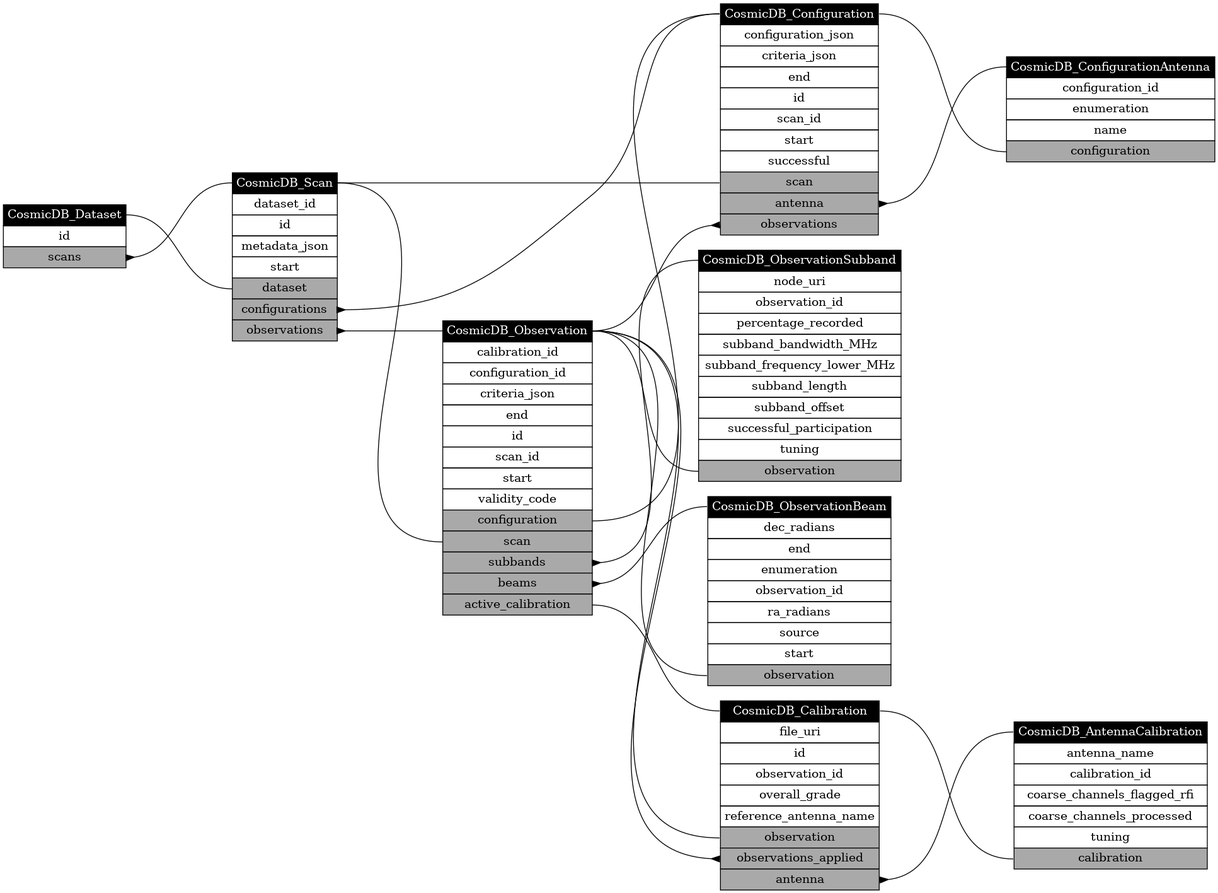
COSMIC-SETI/COSMIC-VLA-Database keeps this Graphviz diagram as docs/classes_Operation.png. Above is the earlier version. Its source is kept beside it as docs/classes_Operation.dot.
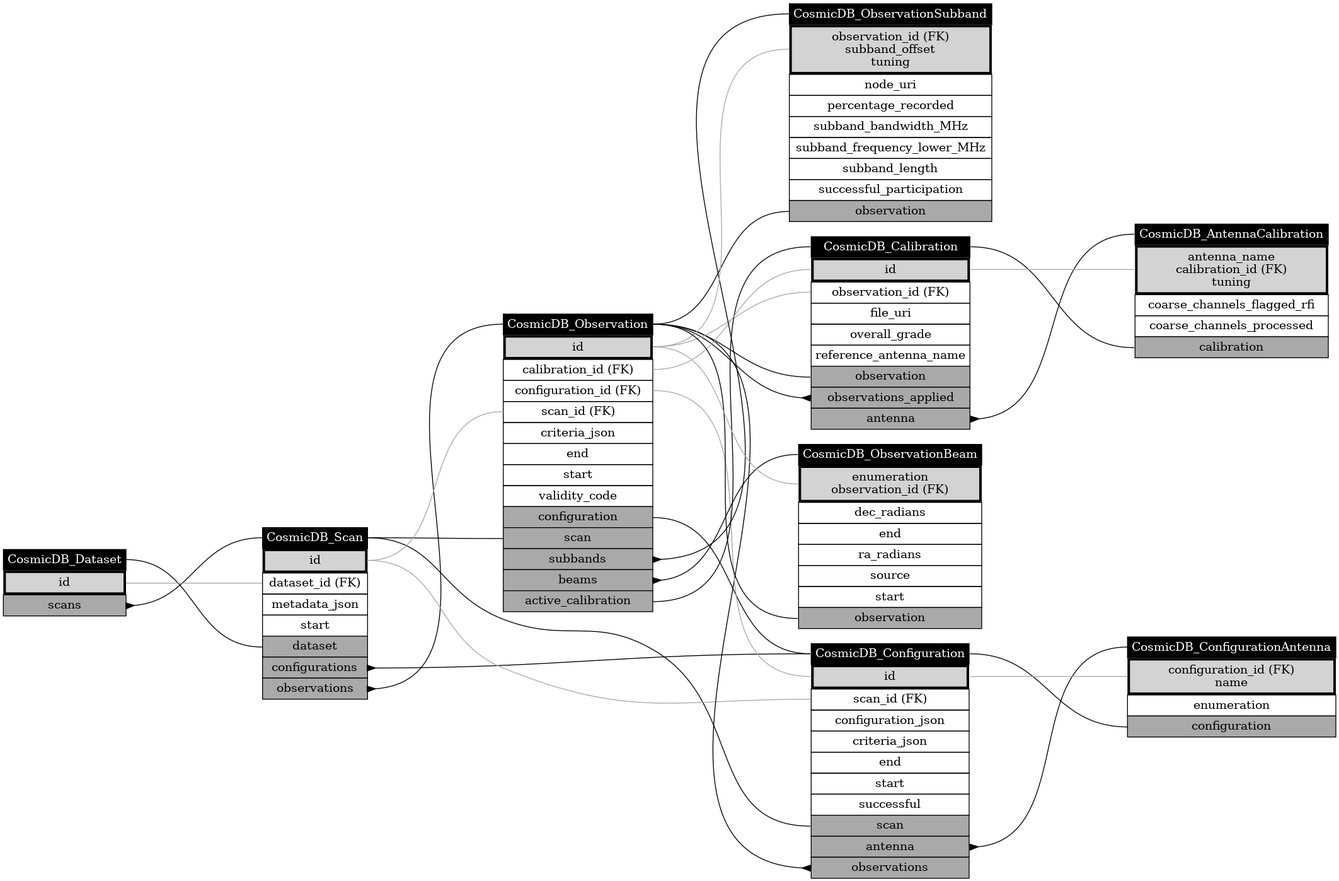
The same diagram one commit later.

What changed in the source:
```diff
@@ -1,72 +1,69 @@
 digraph CosmicDB_Operation {
 layout=dot;
 rankdir=LR;
-ranksep="1.75";
+ranksep="2.25";
 CosmicDB_Dataset [label=<<table border="0" cellborder="1" cellspacing="0" cellpadding="4">
 	<tr><td bgcolor="black" port="class"><font color="white">CosmicDB_Dataset</font></td></tr>
-	<tr><td>id</td></tr>
+	<tr><td port="pk" bgcolor="lightgrey" border="3">id</td></tr>
 	<tr><td bgcolor="darkgrey" port="scans">scans</td></tr>
 </table>>, shape=plain];
 CosmicDB_Scan [label=<<table border="0" cellborder="1" cellspacing="0" cellpadding="4">
 	<tr><td bgcolor="black" port="class"><font color="white">CosmicDB_Scan</font></td></tr>
-	<tr><td>dataset_id</td></tr>
-	<tr><td>id</td></tr>
-	<tr><td>metadata_json</td></tr>
-	<tr><td>start</td></tr>
+	<tr><td port="pk" bgcolor="lightgrey" border="3">id</td></tr>
+	<tr><td port="dataset_id">dataset_id (FK)</td></tr>
+	<tr><td port="metadata_json">metadata_json</td></tr>
+	<tr><td port="start">start</td></tr>
 	<tr><td bgcolor="darkgrey" port="dataset">dataset</td></tr>
 	<tr><td bgcolor="darkgrey" port="configurations">configurations</td></tr>
 	<tr><td bgcolor="darkgrey" port="observations">observations</td></tr>
 </table>>, shape=plain];
 CosmicDB_Configuration [label=<<table border="0" cellborder="1" cellspacing="0" cellpadding="4">
 	<tr><td bgcolor="black" port="class"><font color="white">CosmicDB_Configuration</font></td></tr>
-	<tr><td>configuration_json</td></tr>
-	<tr><td>criteria_json</td></tr>
-	<tr><td>end</td></tr>
-	<tr><td>id</td></tr>
-	<tr><td>scan_id</td></tr>
-	<tr><td>start</td></tr>
-	<tr><td>successful</td></tr>
+	<tr><td port="pk" bgcolor="lightgrey" border="3">id</td></tr>
+	<tr><td port="scan_id">scan_id (FK)</td></tr>
+	<tr><td port="configuration_json">configuration_json</td></tr>
+	<tr><td port="criteria_json">criteria_json</td></tr>
+	<tr><td port="end">end</td></tr>
+	<tr><td port="start">start</td></tr>
+	<tr><td port="successful">successful</td></tr>
 	<tr><td bgcolor="darkgrey" port="scan">scan</td></tr>
 	<tr><td bgcolor="darkgrey" port="antenna">antenna</td></tr>
 	<tr><td bgcolor="darkgrey" port="observations">observations</td></tr>
 </table>>, shape=plain];
 CosmicDB_ConfigurationAntenna [label=<<table border="0" cellborder="1" cellspacing="0" cellpadding="4">
 	<tr><td bgcolor="black" port="class"><font color="white">CosmicDB_ConfigurationAntenna</font></td></tr>
-	<tr><td>configuration_id</td></tr>
-	<tr><td>enumeration</td></tr>
-	<tr><td>name</td></tr>
+	<tr><td port="pk" bgcolor="lightgrey" border="3">configuration_id (FK)<br/>name</td></tr>
+	<tr><td port="enumeration">enumeration</td></tr>
 	<tr><td bgcolor="darkgrey" port="configuration">configuration</td></tr>
 </table>>, shape=plain];
 CosmicDB_Calibration [label=<<table border="0" cellborder="1" cellspacing="0" cellpadding="4">
 	<tr><td bgcolor="black" port="class"><font color="white">CosmicDB_Calibration</font></td></tr>
-	<tr><td>file_uri</td></tr>
-	<tr><td>id</td></tr>
-	<tr><td>observation_id</td></tr>
-	<tr><td>overall_grade</td></tr>
-	<tr><td>reference_antenna_name</td></tr>
+	<tr><td port="pk" bgcolor="lightgrey" border="3">id</td></tr>
+	<tr><td port="observation_id">observation_id (FK)</td></tr>
+	<tr><td port="file_uri">file_uri</td></tr>
+	<tr><td port="overall_grade">overall_grade</td></tr>
+	<tr><td port="reference_antenna_name">reference_antenna_name</td></tr>
 	<tr><td bgcolor="darkgrey" port="observation">observation</td></tr>
 	<tr><td bgcolor="darkgrey" port="observations_applied">observations_applied</td></tr>
 	<tr><td bgcolor="darkgrey" port="antenna">antenna</td></tr>
 </table>>, shape=plain];
 CosmicDB_AntennaCalibration [label=<<table border="0" cellborder="1" cellspacing="0" cellpadding="4">
 	<tr><td bgcolor="black" port="class"><font color="white">CosmicDB_AntennaCalibration</font></td></tr>
-	<tr><td>antenna_name</td></tr>
-	<tr><td>calibration_id</td></tr>
-	<tr><td>coarse_channels_flagged_rfi</td></tr>
-	<tr><td>coarse_channels_processed</td></tr>
-	<tr><td>tuning</td></tr>
+	<tr><td port="pk" bgcolor="lightgrey" border="3">antenna_name<br/>calibration_id (FK)<br/>tuning</td></tr>
+	<tr><td port="coarse_channels_flagged_rfi">coarse_channels_flagged_rfi</td></tr>
+	<tr><td port="coarse_channels_processed">coarse_channels_processed</td></tr>
 	<tr><td bgcolor="darkgrey" port="calibration">calibration</td></tr>
 </table>>, shape=plain];
 CosmicDB_Observation [label=<<table border="0" cellborder="1" cellspacing="0" cellpadding="4">
 	<tr><td bgcolor="black" port="class"><font color="white">CosmicDB_Observation</font></td></tr>
-	<tr><td>calibration_id</td></tr>
-	<tr><td>configuration_id</td></tr>
-	<tr><td>criteria_json</td></tr>
-	<tr><td>end</td></tr>
-	<tr><td>id</td></tr>
-	<tr><td>scan_id</td></tr>
-	<tr><td>start</td></tr>
-	<tr><td>validity_code</td></tr>
+	<tr><td port="pk" bgcolor="lightgrey" border="3">id</td></tr>
+	<tr><td port="calibration_id">calibration_id (FK)</td></tr>
+	<tr><td port="configuration_id">configuration_id (FK)</td></tr>
+	<tr><td port="scan_id">scan_id (FK)</td></tr>
+	<tr><td port="criteria_json">criteria_json</td></tr>
+	<tr><td port="end">end</td></tr>
+	<tr><td port="start">start</td></tr>
+	<tr><td port="validity_code">validity_code</td></tr>
 	<tr><td bgcolor="darkgrey" port="configuration">configuration</td></tr>
 	<tr><td bgcolor="darkgrey" port="scan">scan</td></tr>
 	<tr><td bgcolor="darkgrey" port="subbands">subbands</td></tr>
@@ -75,45 +72,52 @@
 </table>>, shape=plain];
 CosmicDB_ObservationSubband [label=<<table border="0" cellborder="1" cellspacing="0" cellpadding="4">
 	<tr><td bgcolor="black" port="class"><font color="white">CosmicDB_ObservationSubband</font></td></tr>
-	<tr><td>node_uri</td></tr>
-	<tr><td>observation_id</td></tr>
-	<tr><td>percentage_recorded</td></tr>
-	<tr><td>subband_bandwidth_MHz</td></tr>
-	<tr><td>subband_frequency_lower_MHz</td></tr>
-	<tr><td>subband_length</td></tr>
-	<tr><td>subband_offset</td></tr>
-	<tr><td>successful_participation</td></tr>
-	<tr><td>tuning</td></tr>
+	<tr><td port="pk" bgcolor="lightgrey" border="3">observation_id (FK)<br/>subband_offset<br/>tuning</td></tr>
+	<tr><td port="node_uri">node_uri</td></tr>
+	<tr><td port="percentage_recorded">percentage_recorded</td></tr>
+	<tr><td port="subband_bandwidth_MHz">subband_bandwidth_MHz</td></tr>
+	<tr><td port="subband_frequency_lower_MHz">subband_frequency_lower_MHz</td></tr>
+	<tr><td port="subband_length">subband_length</td></tr>
+	<tr><td port="successful_participation">successful_participation</td></tr>
 	<tr><td bgcolor="darkgrey" port="observation">observation</td></tr>
 </table>>, shape=plain];
 CosmicDB_ObservationBeam [label=<<table border="0" cellborder="1" cellspacing="0" cellpadding="4">
 	<tr><td bgcolor="black" port="class"><font color="white">CosmicDB_ObservationBeam</font></td></tr>
-	<tr><td>dec_radians</td></tr>
-	<tr><td>end</td></tr>
-	<tr><td>enumeration</td></tr>
-	<tr><td>observation_id</td></tr>
-	<tr><td>ra_radians</td></tr>
-	<tr><td>source</td></tr>
-	<tr><td>start</td></tr>
+	<tr><td port="pk" bgcolor="lightgrey" border="3">enumeration<br/>observation_id (FK)</td></tr>
+	<tr><td port="dec_radians">dec_radians</td></tr>
+	<tr><td port="end">end</td></tr>
+	<tr><td port="ra_radians">ra_radians</td></tr>
+	<tr><td port="source">source</td></tr>
+	<tr><td port="start">start</td></tr>
 	<tr><td bgcolor="darkgrey" port="observation">observation</td></tr>
 </table>>, shape=plain];
-CosmicDB_Dataset:scans -> CosmicDB_Scan:class  [arrowhead=none, arrowtail=inv, dir=both];
-CosmicDB_Scan:dataset -> CosmicDB_Dataset:class  [arrowhead=none, arrowtail=none, dir=both];
-CosmicDB_Scan:configurations -> CosmicDB_Configuration:class  [arrowhead=none, arrowtail=inv, dir=both];
-CosmicDB_Scan:observations -> CosmicDB_Observation:class  [arrowhead=none, arrowtail=inv, dir=both];
-CosmicDB_Configuration:scan -> CosmicDB_Scan:class  [arrowhead=none, arrowtail=none, dir=both];
-CosmicDB_Configuration:antenna -> CosmicDB_ConfigurationAntenna:class  [arrowhead=none, arrowtail=inv, dir=both];
-CosmicDB_Configuration:observations -> CosmicDB_Observation:class  [arrowhead=none, arrowtail=inv, dir=both];
-CosmicDB_ConfigurationAntenna:configuration -> CosmicDB_Configuration:class  [arrowhead=none, arrowtail=none, dir=both];
-CosmicDB_Calibration:observation -> CosmicDB_Observation:class  [arrowhead=none, arrowtail=none, dir=both];
-CosmicDB_Calibration:observations_applied -> CosmicDB_Observation:class  [arrowhead=none, arrowtail=inv, dir=both];
-CosmicDB_Calibration:antenna -> CosmicDB_AntennaCalibration:class  [arrowhead=none, arrowtail=inv, dir=both];
-CosmicDB_AntennaCalibration:calibration -> CosmicDB_Calibration:class  [arrowhead=none, arrowtail=none, dir=both];
-CosmicDB_Observation:configuration -> CosmicDB_Configuration:class  [arrowhead=none, arrowtail=none, dir=both];
-CosmicDB_Observation:scan -> CosmicDB_Scan:class  [arrowhead=none, arrowtail=none, dir=both];
-CosmicDB_Observation:subbands -> CosmicDB_ObservationSubband:class  [arrowhead=none, arrowtail=inv, dir=both];
-CosmicDB_Observation:beams -> CosmicDB_ObservationBeam:class  [arrowhead=none, arrowtail=inv, dir=both];
-CosmicDB_Observation:active_calibration -> CosmicDB_Calibration:class  [arrowhead=none, arrowtail=none, dir=both];
-CosmicDB_ObservationSubband:observation -> CosmicDB_Observation:class  [arrowhead=none, arrowtail=none, dir=both];
-CosmicDB_ObservationBeam:observation -> CosmicDB_Observation:class  [arrowhead=none, arrowtail=none, dir=both];
+CosmicDB_Dataset:scans -> CosmicDB_Scan:class  [arrowtail=inv, dir=back];
+CosmicDB_Scan:dataset -> CosmicDB_Dataset:class  [arrowtail=none, dir=back];
+CosmicDB_Scan:configurations -> CosmicDB_Configuration:class  [arrowtail=inv, dir=back];
+CosmicDB_Scan:observations -> CosmicDB_Observation:class  [arrowtail=inv, dir=back];
+CosmicDB_Configuration:scan -> CosmicDB_Scan:class  [arrowtail=none, dir=back];
+CosmicDB_Configuration:antenna -> CosmicDB_ConfigurationAntenna:class  [arrowtail=inv, dir=back];
+CosmicDB_Configuration:observations -> CosmicDB_Observation:class  [arrowtail=inv, dir=back];
+CosmicDB_ConfigurationAntenna:configuration -> CosmicDB_Configuration:class  [arrowtail=none, dir=back];
+CosmicDB_Calibration:observation -> CosmicDB_Observation:class  [arrowtail=none, dir=back];
+CosmicDB_Calibration:observations_applied -> CosmicDB_Observation:class  [arrowtail=inv, dir=back];
+CosmicDB_Calibration:antenna -> CosmicDB_AntennaCalibration:class  [arrowtail=inv, dir=back];
+CosmicDB_AntennaCalibration:calibration -> CosmicDB_Calibration:class  [arrowtail=none, dir=back];
+CosmicDB_Observation:configuration -> CosmicDB_Configuration:class  [arrowtail=none, dir=back];
+CosmicDB_Observation:scan -> CosmicDB_Scan:class  [arrowtail=none, dir=back];
+CosmicDB_Observation:subbands -> CosmicDB_ObservationSubband:class  [arrowtail=inv, dir=back];
+CosmicDB_Observation:beams -> CosmicDB_ObservationBeam:class  [arrowtail=inv, dir=back];
+CosmicDB_Observation:active_calibration -> CosmicDB_Calibration:class  [arrowtail=none, dir=back];
+CosmicDB_ObservationSubband:observation -> CosmicDB_Observation:class  [arrowtail=none, dir=back];
+CosmicDB_ObservationBeam:observation -> CosmicDB_Observation:class  [arrowtail=none, dir=back];
+CosmicDB_Scan:dataset_id -> CosmicDB_Dataset:pk  [arrowtail=none, color=darkgrey, dir=back];
+CosmicDB_Configuration:scan_id -> CosmicDB_Scan:pk  [arrowtail=none, color=darkgrey, dir=back];
+CosmicDB_ConfigurationAntenna:pk -> CosmicDB_Configuration:pk  [arrowtail=none, color=darkgrey, dir=back];
+CosmicDB_Calibration:observation_id -> CosmicDB_Observation:pk  [arrowtail=none, color=darkgrey, dir=back];
+CosmicDB_AntennaCalibration:pk -> CosmicDB_Calibration:pk  [arrowtail=none, color=darkgrey, dir=back];
+CosmicDB_Observation:calibration_id -> CosmicDB_Calibration:pk  [arrowtail=none, color=darkgrey, dir=back];
+CosmicDB_Observation:configuration_id -> CosmicDB_Configuration:pk  [arrowtail=none, color=darkgrey, dir=back];
+CosmicDB_Observation:scan_id -> CosmicDB_Scan:pk  [arrowtail=none, color=darkgrey, dir=back];
+CosmicDB_ObservationSubband:pk -> CosmicDB_Observation:pk  [arrowtail=none, color=darkgrey, dir=back];
+CosmicDB_ObservationBeam:pk -> CosmicDB_Observation:pk  [arrowtail=none, color=darkgrey, dir=back];
 }
```
